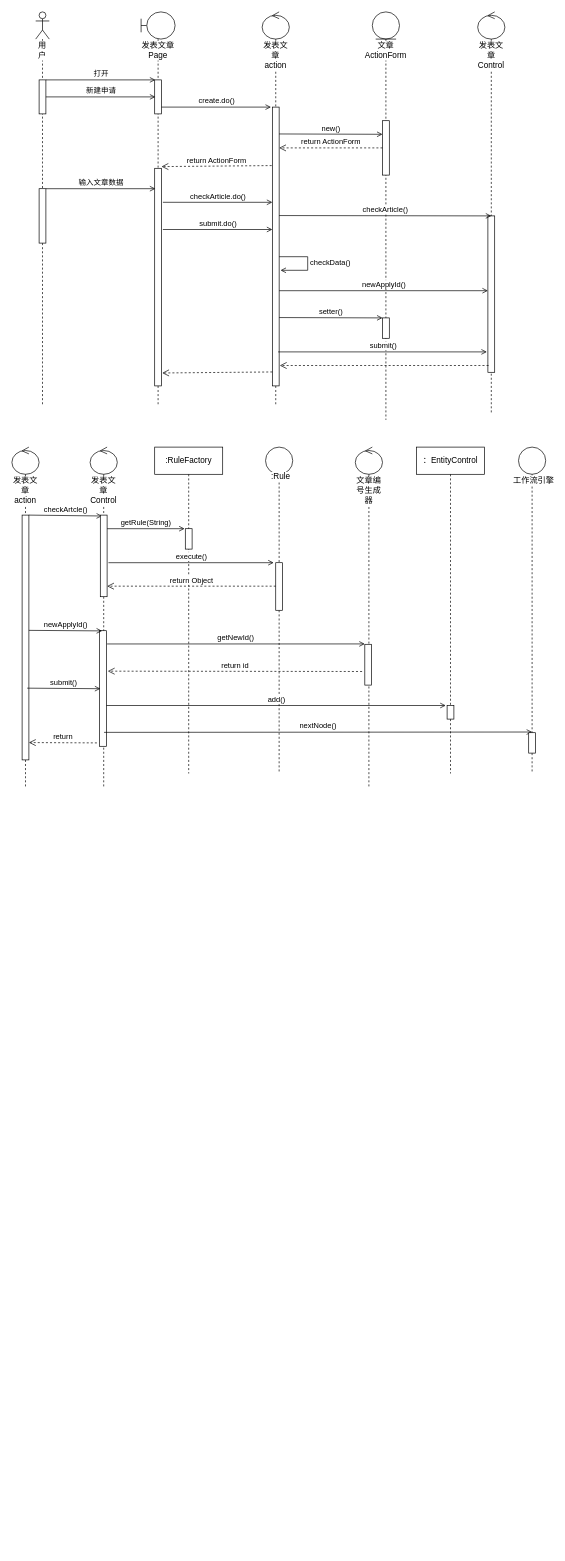
JMHello/draw keeps this draw.io diagram as pet/uml/系统分析与设计/分析模型.drawio. Above is the earlier version. Source tidied: cells renumbered, new cells numbered last; positions are measured from the earlier drawing's top-left corner, leaving out a move shared by most shapes. Both pictures are drawn from the tidied source at 68%, with x=0, y=0 at pixel (12, 12).
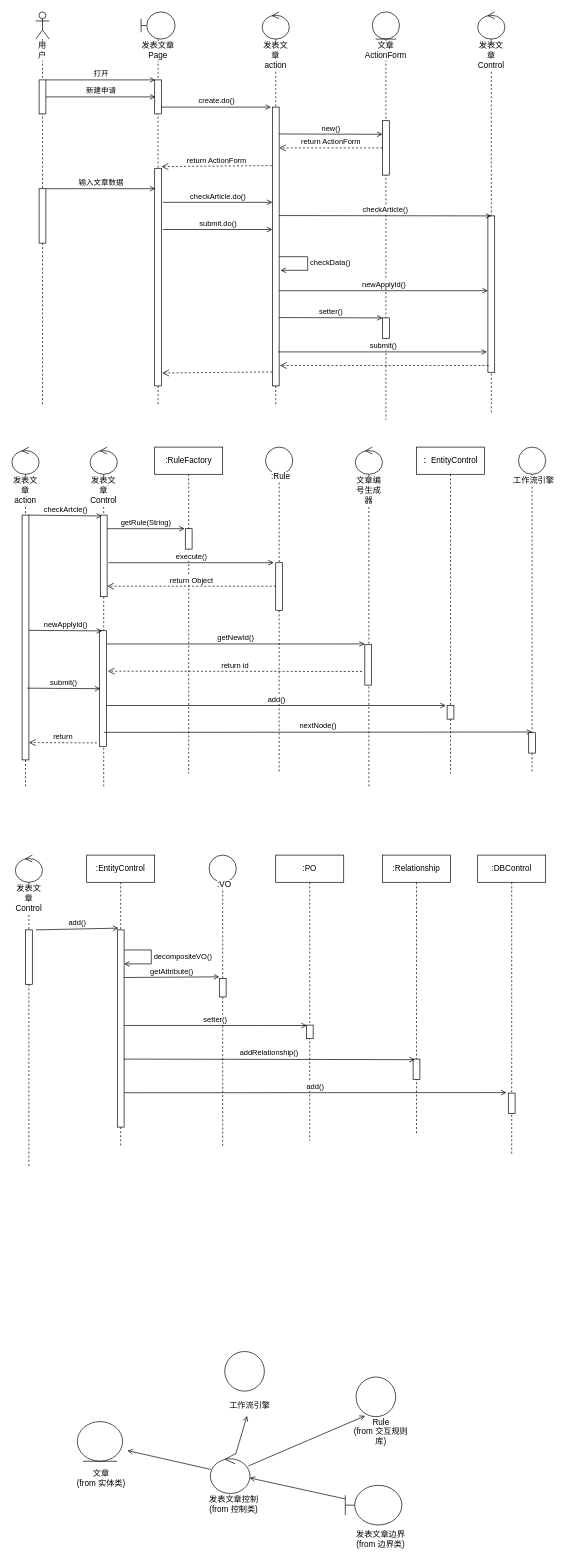
After the change.

The edit, as a diff of the source:
```diff
@@
+    <mxCell id="66" value="发表文章Control" style="shape=umlLifeline;participant=umlControl;perimeter=lifelinePerimeter;whiteSpace=wrap;html=1;verticalAlign=top;spacingTop=36;labelBackgroundColor=#ffffff;" parent="1" vertex="1">
+      <mxGeometry x="5" y="1240" width="40" height="460" as="geometry" />
+    </mxCell>
+    <mxCell id="67" style="html=1;perimeter=orthogonalPerimeter;" parent="66" vertex="1">
+      <mxGeometry x="15" y="110" width="10" height="80" as="geometry" />
+    </mxCell>
+    <mxCell id="68" value="add()" style="html=1;verticalAlign=bottom;endArrow=open;entryX=0.179;entryY=-0.009;entryDx=0;entryDy=0;entryPerimeter=0;endFill=0;" parent="66" edge="1" target="70">
+      <mxGeometry relative="1" as="geometry">
+        <mxPoint x="30" y="110" as="sourcePoint" />
+      </mxGeometry>
+    </mxCell>
+    <mxCell id="69" value=":EntityControl" style="shape=umlLifeline;perimeter=lifelinePerimeter;whiteSpace=wrap;html=1;" parent="1" vertex="1">
+      <mxGeometry x="110" y="1240" width="100" height="430" as="geometry" />
+    </mxCell>
+    <mxCell id="70" style="html=1;points=[];perimeter=orthogonalPerimeter;" parent="69" vertex="1">
+      <mxGeometry x="45" y="110" width="10" height="290" as="geometry" />
+    </mxCell>
+    <mxCell id="71" style="group;" parent="1" vertex="1">
+      <mxGeometry x="290" y="1240" width="40" height="430" as="geometry" />
+    </mxCell>
+    <mxCell id="72" style="ellipse;whiteSpace=wrap;html=1;" parent="71" vertex="1">
+      <mxGeometry width="40" height="40" as="geometry" />
+    </mxCell>
+    <mxCell id="73" style="edgeStyle=orthogonalEdgeStyle;rounded=0;jettySize=auto;html=1;endArrow=none;endFill=0;dashed=1;" parent="71" edge="1" source="74">
+      <mxGeometry relative="1" as="geometry">
+        <mxPoint x="20" y="430" as="targetPoint" />
+      </mxGeometry>
+    </mxCell>
+    <mxCell id="74" style="html=1;points=[];perimeter=orthogonalPerimeter;" parent="71" vertex="1">
+      <mxGeometry x="15" y="181.7" width="10" height="26.9" as="geometry" />
+    </mxCell>
+    <mxCell id="75" style="edgeStyle=orthogonalEdgeStyle;rounded=0;jettySize=auto;html=1;endArrow=none;endFill=0;dashed=1;" parent="71" edge="1" source="72" target="74">
+      <mxGeometry relative="1" as="geometry" />
+    </mxCell>
+    <mxCell id="76" value=":VO" style="text;html=1;align=center;verticalAlign=middle;labelBackgroundColor=#ffffff;" parent="75" vertex="1">
+      <mxGeometry x="-0.96" y="1" relative="1" as="geometry" />
+    </mxCell>
+    <mxCell id="77" value=":PO" style="shape=umlLifeline;perimeter=lifelinePerimeter;whiteSpace=wrap;html=1;" parent="1" vertex="1">
+      <mxGeometry x="388" y="1240" width="100" height="420" as="geometry" />
+    </mxCell>
+    <mxCell id="78" style="html=1;points=[];perimeter=orthogonalPerimeter;" parent="77" vertex="1">
+      <mxGeometry x="45" y="250" width="10" height="20" as="geometry" />
+    </mxCell>
+    <mxCell id="79" value=":Relationship" style="shape=umlLifeline;perimeter=lifelinePerimeter;whiteSpace=wrap;html=1;" parent="1" vertex="1">
+      <mxGeometry x="545" y="1240" width="100" height="410" as="geometry" />
+    </mxCell>
+    <mxCell id="80" style="html=1;points=[];perimeter=orthogonalPerimeter;" parent="79" vertex="1">
+      <mxGeometry x="45" y="300" width="10" height="30" as="geometry" />
+    </mxCell>
+    <mxCell id="81" value=":DBControl" style="shape=umlLifeline;perimeter=lifelinePerimeter;whiteSpace=wrap;html=1;" parent="1" vertex="1">
+      <mxGeometry x="685" y="1240" width="100" height="440" as="geometry" />
+    </mxCell>
+    <mxCell id="82" style="html=1;points=[];perimeter=orthogonalPerimeter;" parent="81" vertex="1">
+      <mxGeometry x="45" y="350" width="10" height="30" as="geometry" />
+    </mxCell>
+    <mxCell id="83" value="decompositeVO()" style="edgeStyle=orthogonalEdgeStyle;html=1;align=left;spacingLeft=2;endArrow=open;rounded=0;endFill=0;" parent="1" edge="1">
+      <mxGeometry relative="1" as="geometry">
+        <mxPoint x="165.5" y="1379.5" as="sourcePoint" />
+        <mxPoint x="165" y="1400" as="targetPoint" />
+        <Array as="points">
+          <mxPoint x="205" y="1380" />
+          <mxPoint x="205" y="1400" />
+        </Array>
+      </mxGeometry>
+    </mxCell>
+    <mxCell id="84" value="getAttribute()" style="html=1;verticalAlign=bottom;endArrow=open;endFill=0;" parent="1" edge="1">
+      <mxGeometry relative="1" as="geometry">
+        <mxPoint x="165" y="1420" as="sourcePoint" />
+        <mxPoint x="305" y="1419" as="targetPoint" />
+      </mxGeometry>
+    </mxCell>
+    <mxCell id="85" value="setter()" style="html=1;verticalAlign=bottom;endArrow=open;endFill=0;entryX=0.063;entryY=0.03;entryDx=0;entryDy=0;entryPerimeter=0;" parent="1" edge="1" target="78">
+      <mxGeometry relative="1" as="geometry">
+        <mxPoint x="165" y="1490.5" as="sourcePoint" />
+      </mxGeometry>
+    </mxCell>
+    <mxCell id="86" value="addRelationship()" style="html=1;verticalAlign=bottom;endArrow=open;endFill=0;entryX=0.258;entryY=0.028;entryDx=0;entryDy=0;entryPerimeter=0;" parent="1" edge="1" target="80">
+      <mxGeometry relative="1" as="geometry">
+        <mxPoint x="164.5" y="1540" as="sourcePoint" />
+      </mxGeometry>
+    </mxCell>
+    <mxCell id="87" value="add()" style="html=1;verticalAlign=bottom;endArrow=open;endFill=0;entryX=-0.268;entryY=-0.025;entryDx=0;entryDy=0;entryPerimeter=0;" parent="1" edge="1" target="82">
+      <mxGeometry relative="1" as="geometry">
+        <mxPoint x="165" y="1589.5" as="sourcePoint" />
+      </mxGeometry>
+    </mxCell>
+    <mxCell id="88" style="group;" parent="1" vertex="1">
+      <mxGeometry x="92" y="1970" width="494" height="290" as="geometry" />
+    </mxCell>
+    <mxCell id="89" style="group;" parent="88" vertex="1">
+      <mxGeometry x="194.8" y="150.5" width="79.1" height="88.2" as="geometry" />
+    </mxCell>
+    <mxCell id="90" style="ellipse;shape=umlControl;whiteSpace=wrap;html=1;" parent="89" vertex="1">
+      <mxGeometry x="5" width="58.3" height="58.3" as="geometry" />
+    </mxCell>
+    <mxCell id="91" value="发表文章控制&lt;br&gt;(from 控制类)" style="text;html=1;strokeColor=none;fillColor=none;align=center;verticalAlign=middle;whiteSpace=wrap;rounded=0;" parent="89" vertex="1">
+      <mxGeometry y="60.5" width="79.1" height="27.7" as="geometry" />
+    </mxCell>
+    <mxCell id="92" style="group;" parent="88" vertex="1">
+      <mxGeometry y="103.1" width="79.1" height="96.9" as="geometry" />
+    </mxCell>
+    <mxCell id="93" style="ellipse;shape=umlEntity;whiteSpace=wrap;html=1;" parent="92" vertex="1">
+      <mxGeometry x="4.2" width="66.6" height="58.3" as="geometry" />
+    </mxCell>
+    <mxCell id="94" value="文章&lt;br&gt;(from 实体类)" style="text;html=1;strokeColor=none;fillColor=none;align=center;verticalAlign=middle;whiteSpace=wrap;rounded=0;" parent="92" vertex="1">
+      <mxGeometry y="69.2" width="79.1" height="27.7" as="geometry" />
+    </mxCell>
+    <mxCell id="95" style="group;" parent="88" vertex="1">
+      <mxGeometry x="408.3" y="37.5" width="85.7" height="94.7" as="geometry" />
+    </mxCell>
+    <mxCell id="96" style="ellipse;whiteSpace=wrap;html=1;" parent="95" vertex="1">
+      <mxGeometry x="5.8" width="58.3" height="58.3" as="geometry" />
+    </mxCell>
+    <mxCell id="97" value="Rule&lt;br&gt;(from 交互规则库)" style="text;html=1;strokeColor=none;fillColor=none;align=center;verticalAlign=middle;whiteSpace=wrap;rounded=0;" parent="95" vertex="1">
+      <mxGeometry y="65.6" width="85.7" height="29.1" as="geometry" />
+    </mxCell>
+    <mxCell id="98" style="group;" parent="88" vertex="1">
+      <mxGeometry x="398.3" y="196.8" width="91.6" height="93.2" as="geometry" />
+    </mxCell>
+    <mxCell id="99" style="shape=umlBoundary;whiteSpace=wrap;html=1;" parent="98" vertex="1">
+      <mxGeometry width="83.2" height="58.3" as="geometry" />
+    </mxCell>
+    <mxCell id="100" value="发表文章边界&lt;br&gt;(from 边界类)&lt;br&gt;" style="text;html=1;strokeColor=none;fillColor=none;align=center;verticalAlign=middle;whiteSpace=wrap;rounded=0;" parent="98" vertex="1">
+      <mxGeometry x="12.5" y="65.5" width="79.1" height="27.7" as="geometry" />
+    </mxCell>
+    <mxCell id="101" style="group;" parent="88" vertex="1">
+      <mxGeometry x="215.2" width="85.7" height="94.7" as="geometry" />
+    </mxCell>
+    <mxCell id="102" style="ellipse;whiteSpace=wrap;html=1;" parent="101" vertex="1">
+      <mxGeometry x="5.8" width="58.3" height="58.3" as="geometry" />
+    </mxCell>
+    <mxCell id="103" value="工作流引擎" style="text;html=1;strokeColor=none;fillColor=none;align=center;verticalAlign=middle;whiteSpace=wrap;rounded=0;" parent="101" vertex="1">
+      <mxGeometry y="65.6" width="85.7" height="29.1" as="geometry" />
+    </mxCell>
+    <mxCell id="104" style="rounded=0;jettySize=auto;html=1;endArrow=open;endFill=0;" parent="88" edge="1" source="99" target="90">
+      <mxGeometry relative="1" as="geometry" />
+    </mxCell>
+    <mxCell id="105" style="edgeStyle=none;rounded=0;jettySize=auto;html=1;endArrow=open;endFill=0;" parent="88" edge="1" source="90">
+      <mxGeometry relative="1" as="geometry">
+        <mxPoint x="427.4" y="94.7" as="targetPoint" />
+      </mxGeometry>
+    </mxCell>
+    <mxCell id="106" style="edgeStyle=none;rounded=0;jettySize=auto;html=1;endArrow=open;endFill=0;" parent="88" edge="1" source="90" target="103">
+      <mxGeometry relative="1" as="geometry" />
+    </mxCell>
+    <mxCell id="107" style="edgeStyle=none;rounded=0;jettySize=auto;html=1;endArrow=open;endFill=0;" parent="88" edge="1" source="90">
+      <mxGeometry relative="1" as="geometry">
+        <mxPoint x="77.8" y="145.7" as="targetPoint" />
+      </mxGeometry>
+    </mxCell>
```
